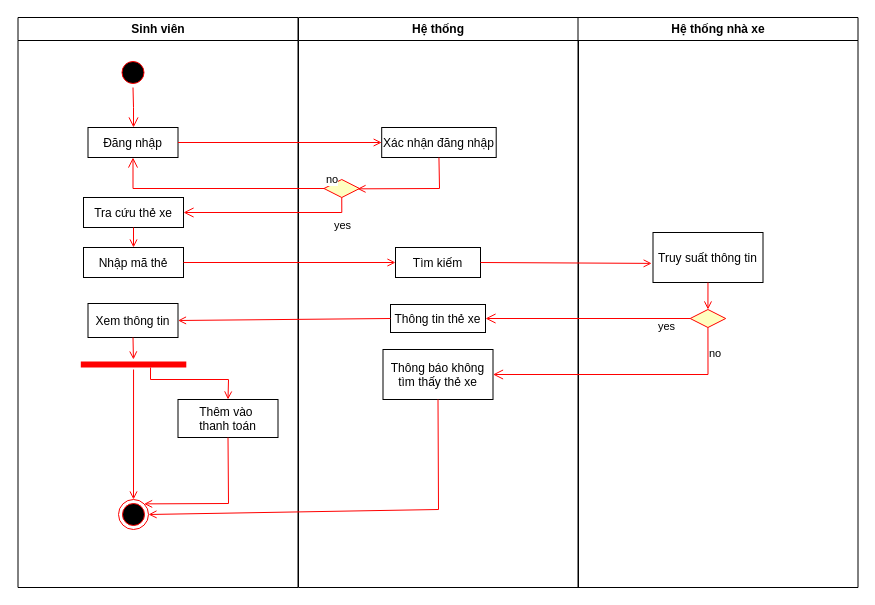
Above: Untitled Diagram.drawio in Taneshi94/NMCNPM (draw.io), before the change. Source tidied: cells renumbered, new cells numbered last; positions are measured from the earlier drawing's top-left corner, leaving out a move shared by most shapes. Both pictures are drawn from the tidied source at 100%, with x=0, y=0 at pixel (17, 17).
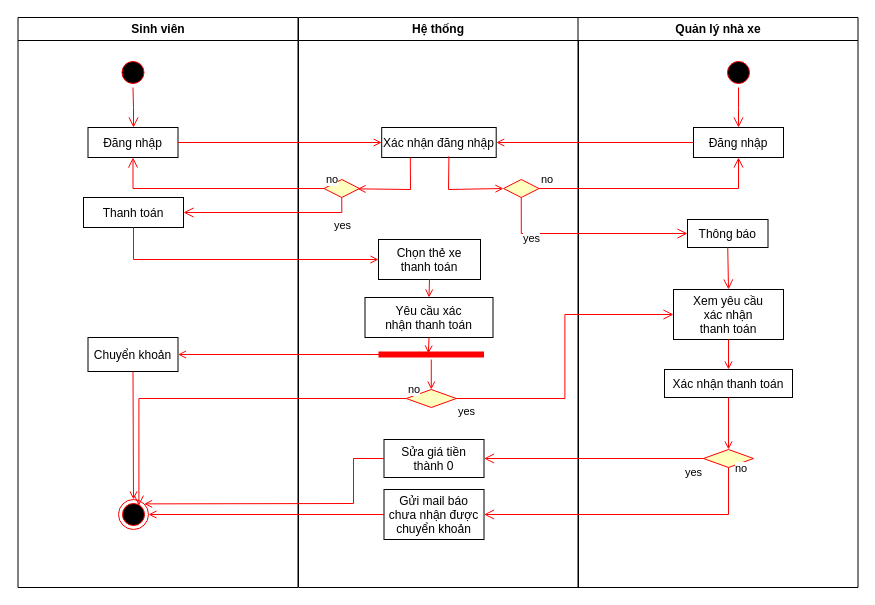
Above is the later version.

Commit message:
Diagram thanh toán vé xe của sinh viên.drawio

Unchanged cells that the change refers to:
```xml
<mxCell id="2" value="Sinh viên" style="swimlane;whiteSpace=wrap;" parent="1" vertex="1">
  <mxGeometry x="0.5" width="280" height="570" as="geometry" />
</mxCell>
<mxCell id="7" style="ellipse;shape=endState;fillColor=#000000;strokeColor=#ff0000;" parent="2" vertex="1">
  <mxGeometry x="100.5" y="482" width="30" height="30" as="geometry" />
</mxCell>
<mxCell id="17" value="Hệ thống" style="swimlane;whiteSpace=wrap;" parent="1" vertex="1">
  <mxGeometry x="281" width="280" height="570" as="geometry" />
</mxCell>
<mxCell id="18" value="Xác nhận đăng nhập" parent="17" vertex="1">
  <mxGeometry x="83.2" y="110" width="114.5" height="30" as="geometry" />
</mxCell>
<mxCell id="21" style="rhombus;whiteSpace=wrap;html=1;fontColor=#000000;fillColor=#ffffc0;strokeColor=#ff0000;" parent="17" vertex="1">
  <mxGeometry x="25.5" y="162" width="35.5" height="18" as="geometry" />
</mxCell>
```

What changed in the source:
```diff
@@
-    <mxCell id="6" value="Nhập mã thẻ" parent="2" vertex="1">
-      <mxGeometry x="65.5" y="230" width="100" height="30" as="geometry" />
-    </mxCell>
@@
-    <mxCell id="8" value="Tra cứu thẻ xe" parent="2" vertex="1">
+    <mxCell id="8" value="Thanh toán" parent="2" vertex="1">
       <mxGeometry x="65.5" y="180" width="100" height="30" as="geometry" />
     </mxCell>
-    <mxCell id="9" style="endArrow=open;strokeColor=#FF0000;endFill=1;rounded=0;exitX=0.5;exitY=1;exitDx=0;exitDy=0;entryX=0.5;entryY=0;entryDx=0;entryDy=0;" parent="2" edge="1" source="8" target="6">
-      <mxGeometry relative="1" as="geometry" />
-    </mxCell>
-    <mxCell id="10" value="Xem thông tin" parent="2" vertex="1">
-      <mxGeometry x="70" y="286" width="90" height="34" as="geometry" />
+    <mxCell id="10" value="Chuyển khoản" parent="2" vertex="1">
+      <mxGeometry x="70" y="320" width="90" height="34" as="geometry" />
     </mxCell>
-    <mxCell id="11" style="shape=line;html=1;strokeWidth=6;strokeColor=#ff0000;" parent="2" vertex="1">
-      <mxGeometry x="62.8" y="342" width="105.5" height="10" as="geometry" />
-    </mxCell>
-    <mxCell id="12" style="endArrow=open;strokeColor=#FF0000;endFill=1;rounded=0;exitX=0.5;exitY=1;exitDx=0;exitDy=0;" parent="2" edge="1" source="10" target="11">
-      <mxGeometry relative="1" as="geometry" />
-    </mxCell>
-    <mxCell id="13" value="Thêm vào &#10;thanh toán" parent="2" vertex="1">
-      <mxGeometry x="160" y="382" width="100" height="38" as="geometry" />
-    </mxCell>
-    <mxCell id="14" style="endArrow=open;strokeColor=#FF0000;endFill=1;rounded=0;exitX=0.661;exitY=0.8;exitDx=0;exitDy=0;exitPerimeter=0;entryX=0.5;entryY=0;entryDx=0;entryDy=0;" parent="2" edge="1" source="11" target="13">
-      <mxGeometry relative="1" as="geometry">
-        <Array as="points">
-          <mxPoint x="132.5" y="362" />
-          <mxPoint x="210.5" y="362" />
-        </Array>
-      </mxGeometry>
-    </mxCell>
-    <mxCell id="15" style="endArrow=open;strokeColor=#FF0000;endFill=1;rounded=0;exitX=0.5;exitY=1;exitDx=0;exitDy=0;entryX=1;entryY=0;entryDx=0;entryDy=0;" parent="2" edge="1" source="13" target="7">
-      <mxGeometry relative="1" as="geometry">
-        <Array as="points">
-          <mxPoint x="210.5" y="486" />
-        </Array>
-      </mxGeometry>
+    <mxCell id="15" style="endArrow=open;strokeColor=#FF0000;endFill=1;rounded=0;exitX=0.5;exitY=1;exitDx=0;exitDy=0;entryX=0.5;entryY=0;entryDx=0;entryDy=0;" parent="2" edge="1" source="10" target="7">
+      <mxGeometry relative="1" as="geometry" />
     </mxCell>
-    <mxCell id="16" style="endArrow=open;strokeColor=#FF0000;endFill=1;rounded=0;entryX=0.5;entryY=0;entryDx=0;entryDy=0;" parent="2" edge="1" source="11" target="7">
-      <mxGeometry relative="1" as="geometry" />
-    </mxCell>
@@
-    <mxCell id="19" value="Thông tin thẻ xe" parent="17" vertex="1">
-      <mxGeometry x="92" y="287" width="95" height="28" as="geometry" />
+    <mxCell id="19" value="Yêu cầu xác&#10;nhận thanh toán" parent="17" vertex="1">
+      <mxGeometry x="66.5" y="280" width="128" height="40" as="geometry" />
     </mxCell>
-    <mxCell id="20" value="Tìm kiếm" parent="17" vertex="1">
-      <mxGeometry x="97" y="230" width="85" height="30" as="geometry" />
+    <mxCell id="20" value="Chọn thẻ xe&#10;thanh toán" parent="17" vertex="1">
+      <mxGeometry x="80" y="222" width="102" height="40" as="geometry" />
     </mxCell>
@@
-    <mxCell id="22" style="endArrow=open;strokeColor=#FF0000;endFill=1;rounded=0;entryX=0.944;entryY=0.519;entryDx=0;entryDy=0;exitX=0.5;exitY=1;exitDx=0;exitDy=0;entryPerimeter=0;" parent="17" edge="1" source="18" target="21">
+    <mxCell id="22" style="endArrow=open;strokeColor=#FF0000;endFill=1;rounded=0;entryX=0.944;entryY=0.519;entryDx=0;entryDy=0;exitX=0.25;exitY=1;exitDx=0;exitDy=0;entryPerimeter=0;" parent="17" edge="1" source="18" target="21">
       <mxGeometry relative="1" as="geometry">
         <Array as="points">
-          <mxPoint x="141" y="171" />
+          <mxPoint x="112" y="172" />
         </Array>
       </mxGeometry>
     </mxCell>
+    <mxCell id="29" style="endArrow=open;strokeColor=#FF0000;endFill=1;rounded=0;entryX=0.5;entryY=0;entryDx=0;entryDy=0;exitX=0.5;exitY=1;exitDx=0;exitDy=0;" parent="17" edge="1" source="20" target="19">
+      <mxGeometry relative="1" as="geometry" />
+    </mxCell>
+    <mxCell id="37" style="rhombus;whiteSpace=wrap;html=1;fontColor=#000000;fillColor=#ffffc0;strokeColor=#ff0000;" parent="17" vertex="1">
+      <mxGeometry x="107.8" y="372" width="50" height="18" as="geometry" />
+    </mxCell>
+    <mxCell id="36" style="endArrow=open;strokeColor=#FF0000;endFill=1;rounded=0;exitX=0.5;exitY=1;exitDx=0;exitDy=0;entryX=0.473;entryY=0.405;entryDx=0;entryDy=0;entryPerimeter=0;" parent="17" edge="1" source="19" target="11">
+      <mxGeometry relative="1" as="geometry" />
+    </mxCell>
+    <mxCell id="11" style="shape=line;html=1;strokeWidth=6;strokeColor=#ff0000;" parent="17" vertex="1">
+      <mxGeometry x="80" y="332" width="105.5" height="10" as="geometry" />
+    </mxCell>
+    <mxCell id="16" style="endArrow=open;strokeColor=#FF0000;endFill=1;rounded=0;entryX=0.5;entryY=0;entryDx=0;entryDy=0;" parent="17" edge="1" source="11" target="37">
+      <mxGeometry relative="1" as="geometry" />
+    </mxCell>
+    <mxCell id="38" style="rhombus;whiteSpace=wrap;html=1;fontColor=#000000;fillColor=#ffffc0;strokeColor=#ff0000;" parent="17" vertex="1">
+      <mxGeometry x="205" y="162" width="35.5" height="18" as="geometry" />
+    </mxCell>
+    <mxCell id="39" style="endArrow=open;strokeColor=#FF0000;endFill=1;rounded=0;entryX=0;entryY=0.5;entryDx=0;entryDy=0;exitX=0.587;exitY=0.961;exitDx=0;exitDy=0;exitPerimeter=0;" parent="17" edge="1" source="18" target="38">
+      <mxGeometry relative="1" as="geometry">
+        <Array as="points">
+          <mxPoint x="150" y="172" />
+        </Array>
+      </mxGeometry>
+    </mxCell>
+    <mxCell id="13" value="Sửa giá tiền&#10;thành 0" parent="17" vertex="1">
+      <mxGeometry x="85.5" y="422" width="100" height="38" as="geometry" />
+    </mxCell>
+    <mxCell id="40" value="Gửi mail báo&#10;chưa nhận được&#10;chuyển khoản" parent="17" vertex="1">
+      <mxGeometry x="85.5" y="472" width="100" height="50" as="geometry" />
+    </mxCell>
+    <mxCell id="24" value="Quản lý nhà xe" style="swimlane;whiteSpace=wrap;" parent="1" vertex="1">
+      <mxGeometry x="560.5" width="280" height="570" as="geometry" />
+    </mxCell>
+    <mxCell id="41" style="ellipse;shape=startState;fillColor=#000000;strokeColor=#ff0000;" parent="24" vertex="1">
+      <mxGeometry x="145.5" y="40" width="30" height="30" as="geometry" />
+    </mxCell>
+    <mxCell id="42" value="Đăng nhập" parent="24" vertex="1">
+      <mxGeometry x="115.5" y="110" width="90" height="30" as="geometry" />
+    </mxCell>
+    <mxCell id="43" style="edgeStyle=elbowEdgeStyle;elbow=horizontal;verticalAlign=bottom;endArrow=open;endSize=8;strokeColor=#FF0000;endFill=1;rounded=0;entryX=0.5;entryY=0;entryDx=0;entryDy=0;" parent="24" edge="1" source="41" target="42">
+      <mxGeometry x="-624.5" y="-88" as="geometry" />
+    </mxCell>
+    <mxCell id="44" value="Thông báo" parent="24" vertex="1">
+      <mxGeometry x="109.5" y="202" width="80.5" height="28" as="geometry" />
+    </mxCell>
-    <mxCell id="23" value="Thông báo không&#10;tìm thấy thẻ xe" parent="17" vertex="1">
-      <mxGeometry x="84.5" y="332" width="110" height="50" as="geometry" />
+    <mxCell id="23" value="Xem yêu cầu&#10;xác nhận&#10;thanh toán" parent="24" vertex="1">
+      <mxGeometry x="95.5" y="272" width="110" height="50" as="geometry" />
     </mxCell>
-    <mxCell id="24" value="Hệ thống nhà xe" style="swimlane;whiteSpace=wrap;" parent="1" vertex="1">
-      <mxGeometry x="560.5" width="280" height="570" as="geometry" />
-    </mxCell>
-    <mxCell id="25" style="rhombus;whiteSpace=wrap;html=1;fontColor=#000000;fillColor=#ffffc0;strokeColor=#ff0000;" parent="24" vertex="1">
-      <mxGeometry x="112.2" y="292" width="35.5" height="18" as="geometry" />
-    </mxCell>
-    <mxCell id="26" value="Truy suất thông tin" parent="24" vertex="1">
-      <mxGeometry x="75" y="215" width="110" height="50" as="geometry" />
-    </mxCell>
-    <mxCell id="27" style="endArrow=open;strokeColor=#FF0000;endFill=1;rounded=0;entryX=0.5;entryY=0;entryDx=0;entryDy=0;" parent="24" edge="1" source="26" target="25">
-      <mxGeometry relative="1" as="geometry" />
-    </mxCell>
+    <mxCell id="45" style="edgeStyle=elbowEdgeStyle;elbow=horizontal;verticalAlign=bottom;endArrow=open;endSize=8;strokeColor=#FF0000;endFill=1;rounded=0;exitX=0.5;exitY=1;exitDx=0;exitDy=0;entryX=0.5;entryY=0;entryDx=0;entryDy=0;" parent="24" edge="1" source="44" target="23">
+      <mxGeometry x="-1349" y="-216" as="geometry" />
+    </mxCell>
+    <mxCell id="46" value="Xác nhận thanh toán" parent="24" vertex="1">
+      <mxGeometry x="86.5" y="352" width="128" height="28" as="geometry" />
+    </mxCell>
+    <mxCell id="35" style="endArrow=open;strokeColor=#FF0000;endFill=1;rounded=0;exitX=0.5;exitY=1;exitDx=0;exitDy=0;entryX=0.5;entryY=0;entryDx=0;entryDy=0;" parent="24" edge="1" source="23" target="46">
+      <mxGeometry relative="1" as="geometry" />
+    </mxCell>
+    <mxCell id="47" style="rhombus;whiteSpace=wrap;html=1;fontColor=#000000;fillColor=#ffffc0;strokeColor=#ff0000;" parent="24" vertex="1">
+      <mxGeometry x="125.5" y="432" width="50" height="18" as="geometry" />
+    </mxCell>
+    <mxCell id="48" style="endArrow=open;strokeColor=#FF0000;endFill=1;rounded=0;entryX=0.5;entryY=0;entryDx=0;entryDy=0;exitX=0.5;exitY=1;exitDx=0;exitDy=0;" parent="24" edge="1" source="46" target="47">
+      <mxGeometry relative="1" as="geometry" />
+    </mxCell>
@@
-    <mxCell id="29" style="endArrow=open;strokeColor=#FF0000;endFill=1;rounded=0;entryX=-0.012;entryY=0.618;entryDx=0;entryDy=0;entryPerimeter=0;exitX=1;exitY=0.5;exitDx=0;exitDy=0;" parent="1" edge="1" source="20" target="26">
-      <mxGeometry relative="1" as="geometry" />
-    </mxCell>
-    <mxCell id="30" value="yes" style="edgeStyle=orthogonalEdgeStyle;html=1;align=left;verticalAlign=top;endArrow=open;endSize=8;strokeColor=#ff0000;rounded=0;entryX=1;entryY=0.5;entryDx=0;entryDy=0;" parent="1" edge="1" source="25" target="19">
-      <mxGeometry x="-0.67" y="-5" relative="1" as="geometry" />
-    </mxCell>
@@
-    <mxCell id="32" value="no" style="edgeStyle=orthogonalEdgeStyle;html=1;align=left;verticalAlign=bottom;endArrow=open;endSize=8;strokeColor=#ff0000;rounded=0;entryX=1;entryY=0.5;entryDx=0;entryDy=0;exitX=0.5;exitY=1;exitDx=0;exitDy=0;" parent="1" edge="1" source="25" target="23">
-      <mxGeometry x="-0.73" relative="1" as="geometry" />
-    </mxCell>
@@
-    <mxCell id="34" style="endArrow=open;strokeColor=#FF0000;endFill=1;rounded=0;exitX=1;exitY=0.5;exitDx=0;exitDy=0;entryX=0;entryY=0.5;entryDx=0;entryDy=0;" parent="1" edge="1" source="6" target="20">
-      <mxGeometry relative="1" as="geometry" />
+    <mxCell id="34" style="endArrow=open;strokeColor=#FF0000;endFill=1;rounded=0;exitX=0.5;exitY=1;exitDx=0;exitDy=0;entryX=0;entryY=0.5;entryDx=0;entryDy=0;" parent="1" edge="1" source="8" target="20">
+      <mxGeometry relative="1" as="geometry">
+        <Array as="points">
+          <mxPoint x="116" y="242" />
+        </Array>
+      </mxGeometry>
     </mxCell>
-    <mxCell id="35" style="endArrow=open;strokeColor=#FF0000;endFill=1;rounded=0;exitX=0.5;exitY=1;exitDx=0;exitDy=0;entryX=1;entryY=0.5;entryDx=0;entryDy=0;" parent="1" edge="1" source="23" target="7">
-      <mxGeometry relative="1" as="geometry">
-        <Array as="points">
-          <mxPoint x="421" y="492" />
-        </Array>
-      </mxGeometry>
-    </mxCell>
-    <mxCell id="36" style="endArrow=open;strokeColor=#FF0000;endFill=1;rounded=0;exitX=0;exitY=0.5;exitDx=0;exitDy=0;entryX=1;entryY=0.5;entryDx=0;entryDy=0;" parent="1" edge="1" source="19" target="10">
-      <mxGeometry relative="1" as="geometry" />
-    </mxCell>
+    <mxCell id="14" style="endArrow=open;strokeColor=#FF0000;endFill=1;rounded=0;entryX=1;entryY=0.5;entryDx=0;entryDy=0;" parent="1" edge="1" target="10">
+      <mxGeometry relative="1" as="geometry">
+        <mxPoint x="366" y="337" as="sourcePoint" />
+      </mxGeometry>
+    </mxCell>
+    <mxCell id="49" value="no" style="edgeStyle=orthogonalEdgeStyle;html=1;align=left;verticalAlign=bottom;endArrow=open;endSize=8;strokeColor=#ff0000;rounded=0;entryX=0.681;entryY=0.21;entryDx=0;entryDy=0;entryPerimeter=0;" parent="1" edge="1" source="37" target="7">
+      <mxGeometry x="-1" relative="1" as="geometry" />
+    </mxCell>
+    <mxCell id="50" style="endArrow=open;strokeColor=#FF0000;endFill=1;rounded=0;exitX=0;exitY=0.5;exitDx=0;exitDy=0;entryX=1;entryY=0.5;entryDx=0;entryDy=0;" parent="1" edge="1" source="42" target="18">
+      <mxGeometry relative="1" as="geometry" />
+    </mxCell>
+    <mxCell id="51" value="no" style="edgeStyle=orthogonalEdgeStyle;html=1;align=left;verticalAlign=bottom;endArrow=open;endSize=8;strokeColor=#ff0000;rounded=0;exitX=1;exitY=0.5;exitDx=0;exitDy=0;entryX=0.5;entryY=1;entryDx=0;entryDy=0;" parent="1" edge="1" source="38" target="42">
+      <mxGeometry x="-1" relative="1" as="geometry" />
+    </mxCell>
+    <mxCell id="52" value="yes" style="edgeStyle=orthogonalEdgeStyle;html=1;align=left;verticalAlign=top;endArrow=open;endSize=8;strokeColor=#ff0000;rounded=0;exitX=0.5;exitY=1;exitDx=0;exitDy=0;entryX=0;entryY=0.5;entryDx=0;entryDy=0;" parent="1" edge="1" source="38" target="44">
+      <mxGeometry x="-0.72" relative="1" as="geometry" />
+    </mxCell>
+    <mxCell id="53" value="yes" style="edgeStyle=orthogonalEdgeStyle;html=1;align=left;verticalAlign=top;endArrow=open;endSize=8;strokeColor=#ff0000;rounded=0;entryX=0;entryY=0.5;entryDx=0;entryDy=0;" parent="1" edge="1" source="37" target="23">
+      <mxGeometry x="-1" relative="1" as="geometry" />
+    </mxCell>
+    <mxCell id="54" value="no" style="edgeStyle=orthogonalEdgeStyle;html=1;align=left;verticalAlign=bottom;endArrow=open;endSize=8;strokeColor=#ff0000;rounded=0;entryX=1;entryY=0.5;entryDx=0;entryDy=0;" parent="1" edge="1" source="47" target="40">
+      <mxGeometry x="-0.93" y="5" relative="1" as="geometry">
+        <Array as="points">
+          <mxPoint x="711" y="497" />
+        </Array>
+      </mxGeometry>
+    </mxCell>
+    <mxCell id="30" value="yes" style="edgeStyle=orthogonalEdgeStyle;html=1;align=left;verticalAlign=top;endArrow=open;endSize=8;strokeColor=#ff0000;rounded=0;entryX=1;entryY=0.5;entryDx=0;entryDy=0;" parent="1" edge="1" source="47" target="13">
+      <mxGeometry x="-0.82" y="1" relative="1" as="geometry" />
+    </mxCell>
+    <mxCell id="55" style="endArrow=open;strokeColor=#FF0000;endFill=1;rounded=0;exitX=0;exitY=0.5;exitDx=0;exitDy=0;entryX=1;entryY=0;entryDx=0;entryDy=0;" parent="1" edge="1" source="13" target="7">
+      <mxGeometry relative="1" as="geometry">
+        <Array as="points">
+          <mxPoint x="336" y="441" />
+          <mxPoint x="336" y="486" />
+        </Array>
+      </mxGeometry>
+    </mxCell>
+    <mxCell id="56" style="endArrow=open;strokeColor=#FF0000;endFill=1;rounded=0;exitX=0;exitY=0.5;exitDx=0;exitDy=0;entryX=1;entryY=0.5;entryDx=0;entryDy=0;" parent="1" edge="1" source="40" target="7">
+      <mxGeometry relative="1" as="geometry" />
+    </mxCell>
```
